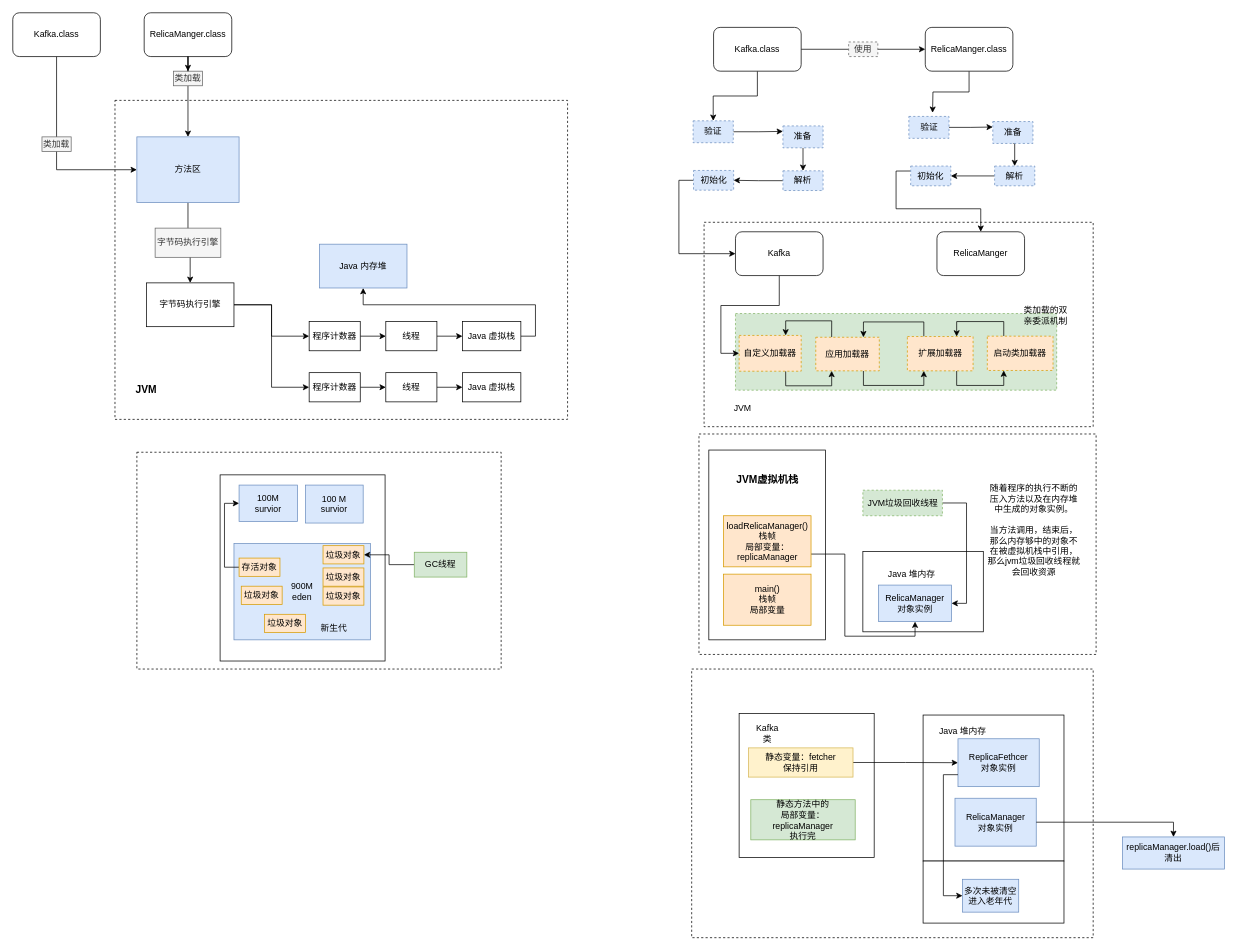
lzdong0714/note keeps this draw.io diagram as JVM_Note.drawio. Above is the earlier version. Source tidied: cells renumbered, new cells numbered last; positions are measured from the earlier drawing's top-left corner, leaving out a move shared by most shapes. Both pictures are drawn from the tidied source at 73%, with x=0, y=0 at pixel (12, 12).
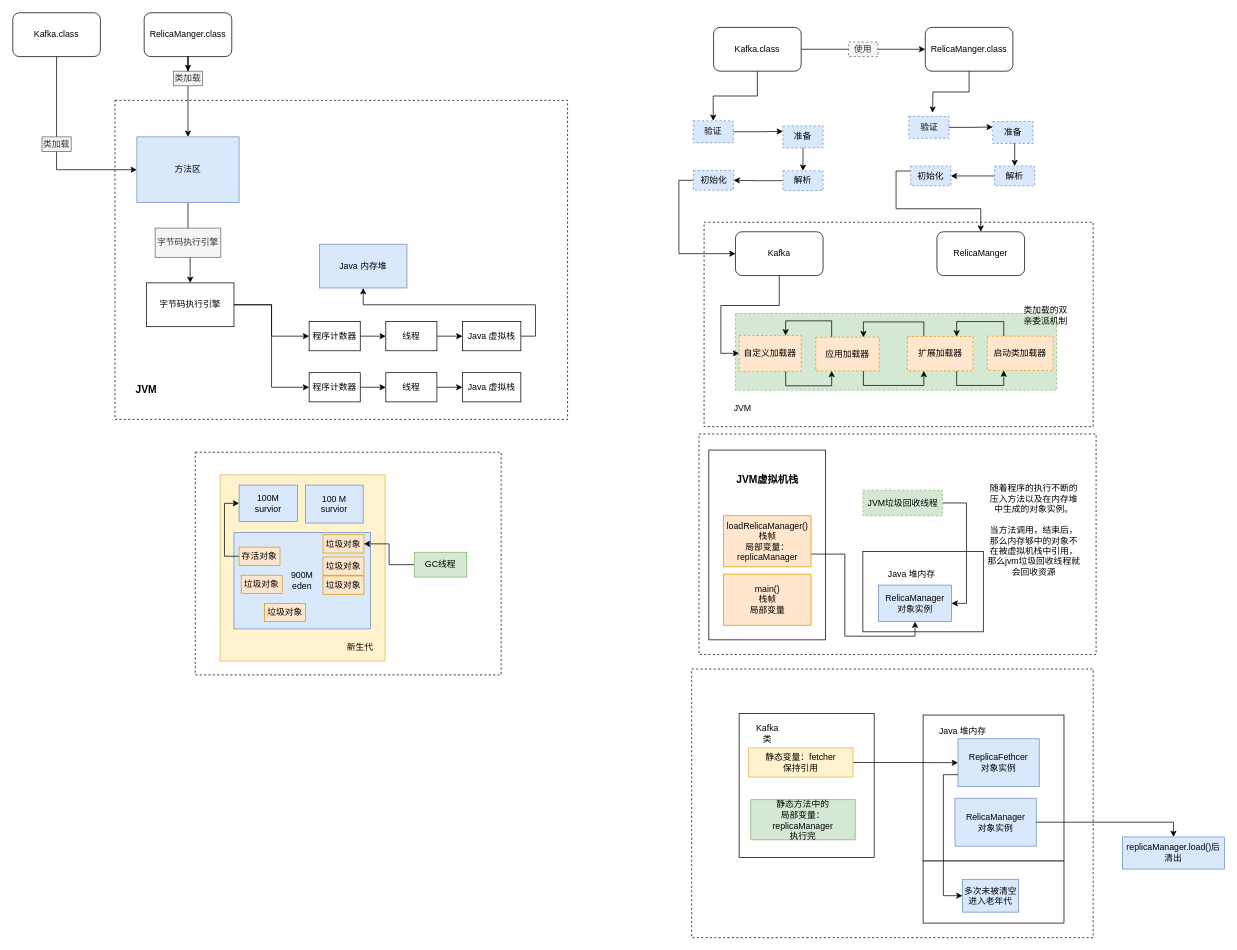
After the change.

The edit, as a diff of the source:
```diff
@@
     <mxCell id="97" style="rounded=0;whiteSpace=wrap;html=1;dashed=1;" parent="1" vertex="1">
-      <mxGeometry x="170" y="602" width="499" height="297" as="geometry" />
+      <mxGeometry x="250" y="602" width="419" height="305" as="geometry" />
     </mxCell>
-    <mxCell id="98" style="rounded=0;whiteSpace=wrap;html=1;" parent="1" vertex="1">
+    <mxCell id="98" style="rounded=0;whiteSpace=wrap;html=1;fillColor=#fff2cc;strokeColor=#d6b656;" parent="1" vertex="1">
       <mxGeometry x="284" y="633" width="226" height="255" as="geometry" />
     </mxCell>
     <mxCell id="99" value="900M&lt;br&gt;eden" style="rounded=0;whiteSpace=wrap;html=1;fillColor=#dae8fc;strokeColor=#6c8ebf;" parent="1" vertex="1">
-      <mxGeometry x="303" y="727" width="187" height="132" as="geometry" />
+      <mxGeometry x="303" y="712" width="187" height="132" as="geometry" />
     </mxCell>
@@
     <mxCell id="102" value="新生代" style="text;html=1;strokeColor=none;fillColor=none;align=center;verticalAlign=middle;whiteSpace=wrap;rounded=0;" parent="1" vertex="1">
-      <mxGeometry x="419.5" y="834" width="40" height="20" as="geometry" />
+      <mxGeometry x="456" y="859" width="40" height="20" as="geometry" />
     </mxCell>
@@
     <mxCell id="104" value="存活对象" style="rounded=0;whiteSpace=wrap;html=1;fillColor=#ffe6cc;strokeColor=#d79b00;" parent="1" vertex="1">
-      <mxGeometry x="310" y="747" width="56" height="25" as="geometry" />
+      <mxGeometry x="310" y="732" width="56" height="25" as="geometry" />
     </mxCell>
     <mxCell id="105" value="垃圾对象" style="rounded=0;whiteSpace=wrap;html=1;fillColor=#ffe6cc;strokeColor=#d79b00;" parent="1" vertex="1">
-      <mxGeometry x="425" y="730" width="56" height="25" as="geometry" />
+      <mxGeometry x="425" y="715" width="56" height="25" as="geometry" />
     </mxCell>
     <mxCell id="106" value="垃圾对象" style="rounded=0;whiteSpace=wrap;html=1;fillColor=#ffe6cc;strokeColor=#d79b00;" parent="1" vertex="1">
-      <mxGeometry x="425" y="760.5" width="56" height="25" as="geometry" />
+      <mxGeometry x="425" y="745.5" width="56" height="25" as="geometry" />
     </mxCell>
     <mxCell id="107" value="垃圾对象" style="rounded=0;whiteSpace=wrap;html=1;fillColor=#ffe6cc;strokeColor=#d79b00;" parent="1" vertex="1">
-      <mxGeometry x="425" y="786.5" width="56" height="25" as="geometry" />
+      <mxGeometry x="425" y="771.5" width="56" height="25" as="geometry" />
     </mxCell>
     <mxCell id="108" value="垃圾对象" style="rounded=0;whiteSpace=wrap;html=1;fillColor=#ffe6cc;strokeColor=#d79b00;" parent="1" vertex="1">
-      <mxGeometry x="313" y="785.5" width="56" height="25" as="geometry" />
+      <mxGeometry x="313" y="770.5" width="56" height="25" as="geometry" />
     </mxCell>
     <mxCell id="109" value="垃圾对象" style="rounded=0;whiteSpace=wrap;html=1;fillColor=#ffe6cc;strokeColor=#d79b00;" parent="1" vertex="1">
-      <mxGeometry x="345" y="824" width="56" height="25" as="geometry" />
+      <mxGeometry x="345" y="809" width="56" height="25" as="geometry" />
     </mxCell>
```
